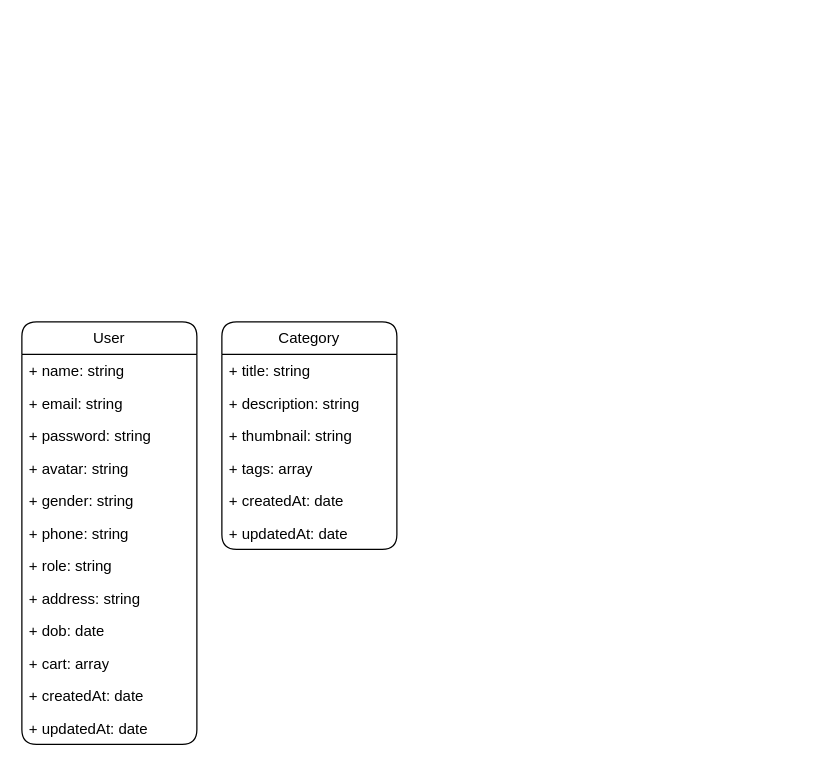
Earlier version of the draw.io diagram assets/ER Diagram.drawio (tiffan-source/ciseco-ecommerce-clone). Source tidied: cells renumbered, new cells numbered last; positions are measured from the earlier drawing's top-left corner, leaving out a move shared by most shapes. Both pictures are drawn from the tidied source at 125%, with x=0, y=0 at pixel (21, 321).
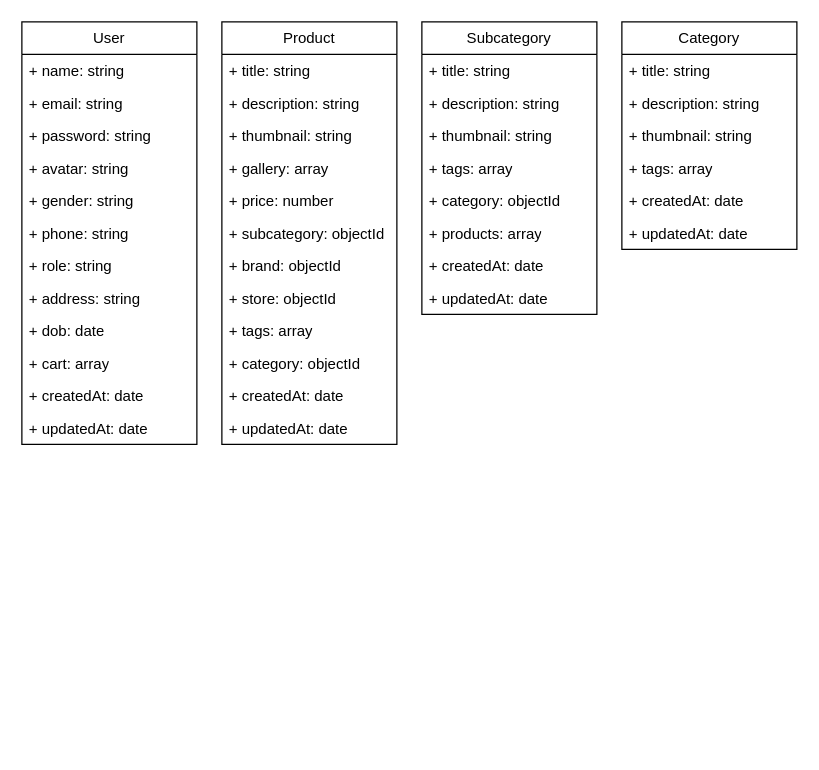
The same page after the edit.

Commit message:
update new slot to er diagram

The edit, as a diff of the source:
```diff
@@
-    <mxCell id="2" value="User" style="swimlane;fontStyle=0;horizontal=1;startSize=26;fillColor=none;whiteSpace=wrap;html=1;rounded=1;" parent="1" vertex="1">
-      <mxGeometry width="140" height="338" as="geometry" />
+    <mxCell id="2" value="User" style="swimlane;fontStyle=0;horizontal=1;startSize=26;fillColor=none;whiteSpace=wrap;html=1;rounded=0;" parent="1" vertex="1">
+      <mxGeometry y="-240" width="140" height="338" as="geometry" />
     </mxCell>
-    <mxCell id="3" value="+ name: string" style="text;strokeColor=none;fillColor=none;align=left;verticalAlign=top;spacingLeft=4;spacingRight=4;overflow=hidden;whiteSpace=wrap;html=1;rounded=1;" parent="2" vertex="1">
+    <mxCell id="3" value="+ name: string" style="text;strokeColor=none;fillColor=none;align=left;verticalAlign=top;spacingLeft=4;spacingRight=4;overflow=hidden;whiteSpace=wrap;html=1;rounded=0;" parent="2" vertex="1">
       <mxGeometry y="26" width="140" height="26" as="geometry" />
     </mxCell>
-    <mxCell id="4" value="+ email: string" style="text;strokeColor=none;fillColor=none;align=left;verticalAlign=top;spacingLeft=4;spacingRight=4;overflow=hidden;whiteSpace=wrap;html=1;rounded=1;" parent="2" vertex="1">
+    <mxCell id="4" value="+ email: string" style="text;strokeColor=none;fillColor=none;align=left;verticalAlign=top;spacingLeft=4;spacingRight=4;overflow=hidden;whiteSpace=wrap;html=1;rounded=0;" parent="2" vertex="1">
       <mxGeometry y="52" width="140" height="26" as="geometry" />
     </mxCell>
-    <mxCell id="5" value="+ password: string" style="text;strokeColor=none;fillColor=none;align=left;verticalAlign=top;spacingLeft=4;spacingRight=4;overflow=hidden;whiteSpace=wrap;html=1;rounded=1;" parent="2" vertex="1">
+    <mxCell id="5" value="+ password: string" style="text;strokeColor=none;fillColor=none;align=left;verticalAlign=top;spacingLeft=4;spacingRight=4;overflow=hidden;whiteSpace=wrap;html=1;rounded=0;" parent="2" vertex="1">
       <mxGeometry y="78" width="140" height="26" as="geometry" />
     </mxCell>
-    <mxCell id="6" value="+ avatar: string" style="text;strokeColor=none;fillColor=none;align=left;verticalAlign=top;spacingLeft=4;spacingRight=4;overflow=hidden;whiteSpace=wrap;html=1;rounded=1;" parent="2" vertex="1">
+    <mxCell id="6" value="+ avatar: string" style="text;strokeColor=none;fillColor=none;align=left;verticalAlign=top;spacingLeft=4;spacingRight=4;overflow=hidden;whiteSpace=wrap;html=1;rounded=0;" parent="2" vertex="1">
       <mxGeometry y="104" width="140" height="26" as="geometry" />
     </mxCell>
-    <mxCell id="7" value="+ gender: string" style="text;strokeColor=none;fillColor=none;align=left;verticalAlign=top;spacingLeft=4;spacingRight=4;overflow=hidden;whiteSpace=wrap;html=1;rounded=1;" parent="2" vertex="1">
+    <mxCell id="7" value="+ gender: string" style="text;strokeColor=none;fillColor=none;align=left;verticalAlign=top;spacingLeft=4;spacingRight=4;overflow=hidden;whiteSpace=wrap;html=1;rounded=0;" parent="2" vertex="1">
       <mxGeometry y="130" width="140" height="26" as="geometry" />
     </mxCell>
-    <mxCell id="8" value="+ phone: string" style="text;strokeColor=none;fillColor=none;align=left;verticalAlign=top;spacingLeft=4;spacingRight=4;overflow=hidden;whiteSpace=wrap;html=1;rounded=1;" parent="2" vertex="1">
+    <mxCell id="8" value="+ phone: string" style="text;strokeColor=none;fillColor=none;align=left;verticalAlign=top;spacingLeft=4;spacingRight=4;overflow=hidden;whiteSpace=wrap;html=1;rounded=0;" parent="2" vertex="1">
       <mxGeometry y="156" width="140" height="26" as="geometry" />
     </mxCell>
-    <mxCell id="9" value="+ role: string" style="text;strokeColor=none;fillColor=none;align=left;verticalAlign=top;spacingLeft=4;spacingRight=4;overflow=hidden;whiteSpace=wrap;html=1;rounded=1;" parent="2" vertex="1">
+    <mxCell id="9" value="+ role: string" style="text;strokeColor=none;fillColor=none;align=left;verticalAlign=top;spacingLeft=4;spacingRight=4;overflow=hidden;whiteSpace=wrap;html=1;rounded=0;" parent="2" vertex="1">
       <mxGeometry y="182" width="140" height="26" as="geometry" />
     </mxCell>
-    <mxCell id="10" value="+ address: string" style="text;strokeColor=none;fillColor=none;align=left;verticalAlign=top;spacingLeft=4;spacingRight=4;overflow=hidden;whiteSpace=wrap;html=1;rounded=1;" parent="2" vertex="1">
+    <mxCell id="10" value="+ address: string" style="text;strokeColor=none;fillColor=none;align=left;verticalAlign=top;spacingLeft=4;spacingRight=4;overflow=hidden;whiteSpace=wrap;html=1;rounded=0;" parent="2" vertex="1">
       <mxGeometry y="208" width="140" height="26" as="geometry" />
     </mxCell>
-    <mxCell id="11" value="+ dob: date" style="text;strokeColor=none;fillColor=none;align=left;verticalAlign=top;spacingLeft=4;spacingRight=4;overflow=hidden;whiteSpace=wrap;html=1;rounded=1;" parent="2" vertex="1">
+    <mxCell id="11" value="+ dob: date" style="text;strokeColor=none;fillColor=none;align=left;verticalAlign=top;spacingLeft=4;spacingRight=4;overflow=hidden;whiteSpace=wrap;html=1;rounded=0;" parent="2" vertex="1">
       <mxGeometry y="234" width="140" height="26" as="geometry" />
     </mxCell>
-    <mxCell id="12" value="+ cart: array" style="text;strokeColor=none;fillColor=none;align=left;verticalAlign=top;spacingLeft=4;spacingRight=4;overflow=hidden;whiteSpace=wrap;html=1;rounded=1;" parent="2" vertex="1">
+    <mxCell id="12" value="+ cart: array" style="text;strokeColor=none;fillColor=none;align=left;verticalAlign=top;spacingLeft=4;spacingRight=4;overflow=hidden;whiteSpace=wrap;html=1;rounded=0;" parent="2" vertex="1">
       <mxGeometry y="260" width="140" height="26" as="geometry" />
     </mxCell>
-    <mxCell id="13" value="+ createdAt: date" style="text;strokeColor=none;fillColor=none;align=left;verticalAlign=top;spacingLeft=4;spacingRight=4;overflow=hidden;whiteSpace=wrap;html=1;rounded=1;" parent="2" vertex="1">
+    <mxCell id="13" value="+ createdAt: date" style="text;strokeColor=none;fillColor=none;align=left;verticalAlign=top;spacingLeft=4;spacingRight=4;overflow=hidden;whiteSpace=wrap;html=1;rounded=0;" parent="2" vertex="1">
       <mxGeometry y="286" width="140" height="26" as="geometry" />
     </mxCell>
-    <mxCell id="14" value="+ updatedAt: date" style="text;strokeColor=none;fillColor=none;align=left;verticalAlign=top;spacingLeft=4;spacingRight=4;overflow=hidden;whiteSpace=wrap;html=1;rounded=1;" parent="2" vertex="1">
+    <mxCell id="14" value="+ updatedAt: date" style="text;strokeColor=none;fillColor=none;align=left;verticalAlign=top;spacingLeft=4;spacingRight=4;overflow=hidden;whiteSpace=wrap;html=1;rounded=0;" parent="2" vertex="1">
       <mxGeometry y="312" width="140" height="26" as="geometry" />
     </mxCell>
-    <mxCell id="15" value="Category" style="swimlane;fontStyle=0;horizontal=1;startSize=26;fillColor=none;whiteSpace=wrap;html=1;rounded=1;" parent="1" vertex="1">
-      <mxGeometry x="160" width="140" height="182" as="geometry" />
+    <mxCell id="15" value="Category" style="swimlane;fontStyle=0;horizontal=1;startSize=26;fillColor=none;whiteSpace=wrap;html=1;rounded=0;" parent="1" vertex="1">
+      <mxGeometry x="480" y="-240" width="140" height="182" as="geometry" />
     </mxCell>
-    <mxCell id="16" value="+ title: string" style="text;strokeColor=none;fillColor=none;align=left;verticalAlign=top;spacingLeft=4;spacingRight=4;overflow=hidden;whiteSpace=wrap;html=1;rounded=1;" parent="15" vertex="1">
+    <mxCell id="16" value="+ title: string" style="text;strokeColor=none;fillColor=none;align=left;verticalAlign=top;spacingLeft=4;spacingRight=4;overflow=hidden;whiteSpace=wrap;html=1;rounded=0;" parent="15" vertex="1">
       <mxGeometry y="26" width="140" height="26" as="geometry" />
     </mxCell>
-    <mxCell id="17" value="+ description: string" style="text;strokeColor=none;fillColor=none;align=left;verticalAlign=top;spacingLeft=4;spacingRight=4;overflow=hidden;whiteSpace=wrap;html=1;rounded=1;" parent="15" vertex="1">
+    <mxCell id="17" value="+ description: string" style="text;strokeColor=none;fillColor=none;align=left;verticalAlign=top;spacingLeft=4;spacingRight=4;overflow=hidden;whiteSpace=wrap;html=1;rounded=0;" parent="15" vertex="1">
       <mxGeometry y="52" width="140" height="26" as="geometry" />
     </mxCell>
-    <mxCell id="18" value="+ thumbnail: string" style="text;strokeColor=none;fillColor=none;align=left;verticalAlign=top;spacingLeft=4;spacingRight=4;overflow=hidden;whiteSpace=wrap;html=1;rounded=1;" parent="15" vertex="1">
+    <mxCell id="18" value="+ thumbnail: string" style="text;strokeColor=none;fillColor=none;align=left;verticalAlign=top;spacingLeft=4;spacingRight=4;overflow=hidden;whiteSpace=wrap;html=1;rounded=0;" parent="15" vertex="1">
       <mxGeometry y="78" width="140" height="26" as="geometry" />
     </mxCell>
-    <mxCell id="19" value="+ tags: array" style="text;strokeColor=none;fillColor=none;align=left;verticalAlign=top;spacingLeft=4;spacingRight=4;overflow=hidden;whiteSpace=wrap;html=1;rounded=1;" parent="15" vertex="1">
+    <mxCell id="19" value="+ tags: array" style="text;strokeColor=none;fillColor=none;align=left;verticalAlign=top;spacingLeft=4;spacingRight=4;overflow=hidden;whiteSpace=wrap;html=1;rounded=0;" parent="15" vertex="1">
       <mxGeometry y="104" width="140" height="26" as="geometry" />
     </mxCell>
-    <mxCell id="20" value="+ createdAt: date" style="text;strokeColor=none;fillColor=none;align=left;verticalAlign=top;spacingLeft=4;spacingRight=4;overflow=hidden;whiteSpace=wrap;html=1;rounded=1;" parent="15" vertex="1">
+    <mxCell id="20" value="+ createdAt: date" style="text;strokeColor=none;fillColor=none;align=left;verticalAlign=top;spacingLeft=4;spacingRight=4;overflow=hidden;whiteSpace=wrap;html=1;rounded=0;" parent="15" vertex="1">
       <mxGeometry y="130" width="140" height="26" as="geometry" />
     </mxCell>
-    <mxCell id="21" value="+ updatedAt: date" style="text;strokeColor=none;fillColor=none;align=left;verticalAlign=top;spacingLeft=4;spacingRight=4;overflow=hidden;whiteSpace=wrap;html=1;rounded=1;" parent="15" vertex="1">
+    <mxCell id="21" value="+ updatedAt: date" style="text;strokeColor=none;fillColor=none;align=left;verticalAlign=top;spacingLeft=4;spacingRight=4;overflow=hidden;whiteSpace=wrap;html=1;rounded=0;" parent="15" vertex="1">
       <mxGeometry y="156" width="140" height="26" as="geometry" />
     </mxCell>
+    <mxCell id="22" value="Subcategory" style="swimlane;fontStyle=0;horizontal=1;startSize=26;fillColor=none;whiteSpace=wrap;html=1;rounded=0;" parent="1" vertex="1">
+      <mxGeometry x="320" y="-240" width="140" height="234" as="geometry" />
+    </mxCell>
+    <mxCell id="23" value="+ title: string" style="text;strokeColor=none;fillColor=none;align=left;verticalAlign=top;spacingLeft=4;spacingRight=4;overflow=hidden;whiteSpace=wrap;html=1;rounded=0;" parent="22" vertex="1">
+      <mxGeometry y="26" width="140" height="26" as="geometry" />
+    </mxCell>
+    <mxCell id="24" value="+ description: string" style="text;strokeColor=none;fillColor=none;align=left;verticalAlign=top;spacingLeft=4;spacingRight=4;overflow=hidden;whiteSpace=wrap;html=1;rounded=0;" parent="22" vertex="1">
+      <mxGeometry y="52" width="140" height="26" as="geometry" />
+    </mxCell>
+    <mxCell id="25" value="+ thumbnail: string" style="text;strokeColor=none;fillColor=none;align=left;verticalAlign=top;spacingLeft=4;spacingRight=4;overflow=hidden;whiteSpace=wrap;html=1;rounded=0;" parent="22" vertex="1">
+      <mxGeometry y="78" width="140" height="26" as="geometry" />
+    </mxCell>
+    <mxCell id="26" value="+ tags: array" style="text;strokeColor=none;fillColor=none;align=left;verticalAlign=top;spacingLeft=4;spacingRight=4;overflow=hidden;whiteSpace=wrap;html=1;rounded=0;" parent="22" vertex="1">
+      <mxGeometry y="104" width="140" height="26" as="geometry" />
+    </mxCell>
+    <mxCell id="27" value="+ category: objectId" style="text;strokeColor=none;fillColor=none;align=left;verticalAlign=top;spacingLeft=4;spacingRight=4;overflow=hidden;whiteSpace=wrap;html=1;rounded=0;" parent="22" vertex="1">
+      <mxGeometry y="130" width="140" height="26" as="geometry" />
+    </mxCell>
+    <mxCell id="28" value="+ products: array" style="text;strokeColor=none;fillColor=none;align=left;verticalAlign=top;spacingLeft=4;spacingRight=4;overflow=hidden;whiteSpace=wrap;html=1;rounded=0;" parent="22" vertex="1">
+      <mxGeometry y="156" width="140" height="26" as="geometry" />
+    </mxCell>
+    <mxCell id="29" value="+ createdAt: date" style="text;strokeColor=none;fillColor=none;align=left;verticalAlign=top;spacingLeft=4;spacingRight=4;overflow=hidden;whiteSpace=wrap;html=1;rounded=0;" parent="22" vertex="1">
+      <mxGeometry y="182" width="140" height="26" as="geometry" />
+    </mxCell>
+    <mxCell id="30" value="+ updatedAt: date" style="text;strokeColor=none;fillColor=none;align=left;verticalAlign=top;spacingLeft=4;spacingRight=4;overflow=hidden;whiteSpace=wrap;html=1;rounded=0;" parent="22" vertex="1">
+      <mxGeometry y="208" width="140" height="26" as="geometry" />
+    </mxCell>
+    <mxCell id="31" value="Product" style="swimlane;fontStyle=0;horizontal=1;startSize=26;fillColor=none;whiteSpace=wrap;html=1;rounded=0;arcSize=26;" parent="1" vertex="1">
+      <mxGeometry x="160" y="-240" width="140" height="338" as="geometry" />
+    </mxCell>
+    <mxCell id="32" value="+ title: string" style="text;strokeColor=none;fillColor=none;align=left;verticalAlign=top;spacingLeft=4;spacingRight=4;overflow=hidden;whiteSpace=wrap;html=1;rounded=0;" parent="31" vertex="1">
+      <mxGeometry y="26" width="140" height="26" as="geometry" />
+    </mxCell>
+    <mxCell id="33" value="+ description: string" style="text;strokeColor=none;fillColor=none;align=left;verticalAlign=top;spacingLeft=4;spacingRight=4;overflow=hidden;whiteSpace=wrap;html=1;rounded=0;" parent="31" vertex="1">
+      <mxGeometry y="52" width="140" height="26" as="geometry" />
+    </mxCell>
+    <mxCell id="34" value="+ thumbnail: string" style="text;strokeColor=none;fillColor=none;align=left;verticalAlign=top;spacingLeft=4;spacingRight=4;overflow=hidden;whiteSpace=wrap;html=1;rounded=0;" parent="31" vertex="1">
+      <mxGeometry y="78" width="140" height="26" as="geometry" />
+    </mxCell>
+    <mxCell id="35" value="+ gallery: array" style="text;strokeColor=none;fillColor=none;align=left;verticalAlign=top;spacingLeft=4;spacingRight=4;overflow=hidden;whiteSpace=wrap;html=1;rounded=0;" parent="31" vertex="1">
+      <mxGeometry y="104" width="140" height="26" as="geometry" />
+    </mxCell>
+    <mxCell id="36" value="+ price: number" style="text;strokeColor=none;fillColor=none;align=left;verticalAlign=top;spacingLeft=4;spacingRight=4;overflow=hidden;whiteSpace=wrap;html=1;rounded=0;" parent="31" vertex="1">
+      <mxGeometry y="130" width="140" height="26" as="geometry" />
+    </mxCell>
+    <mxCell id="37" value="+ subcategory: objectId" style="text;strokeColor=none;fillColor=none;align=left;verticalAlign=top;spacingLeft=4;spacingRight=4;overflow=hidden;whiteSpace=wrap;html=1;rounded=0;" parent="31" vertex="1">
+      <mxGeometry y="156" width="140" height="26" as="geometry" />
+    </mxCell>
+    <mxCell id="38" value="+ brand: objectId" style="text;strokeColor=none;fillColor=none;align=left;verticalAlign=top;spacingLeft=4;spacingRight=4;overflow=hidden;whiteSpace=wrap;html=1;rounded=0;" parent="31" vertex="1">
+      <mxGeometry y="182" width="140" height="26" as="geometry" />
+    </mxCell>
+    <mxCell id="39" value="+ store: objectId" style="text;strokeColor=none;fillColor=none;align=left;verticalAlign=top;spacingLeft=4;spacingRight=4;overflow=hidden;whiteSpace=wrap;html=1;rounded=0;" parent="31" vertex="1">
+      <mxGeometry y="208" width="140" height="26" as="geometry" />
+    </mxCell>
+    <mxCell id="40" value="+ tags: array" style="text;strokeColor=none;fillColor=none;align=left;verticalAlign=top;spacingLeft=4;spacingRight=4;overflow=hidden;whiteSpace=wrap;html=1;rounded=0;" parent="31" vertex="1">
+      <mxGeometry y="234" width="140" height="26" as="geometry" />
+    </mxCell>
+    <mxCell id="41" value="+ category: objectId" style="text;strokeColor=none;fillColor=none;align=left;verticalAlign=top;spacingLeft=4;spacingRight=4;overflow=hidden;whiteSpace=wrap;html=1;rounded=0;" parent="31" vertex="1">
+      <mxGeometry y="260" width="140" height="26" as="geometry" />
+    </mxCell>
+    <mxCell id="42" value="+ createdAt: date" style="text;strokeColor=none;fillColor=none;align=left;verticalAlign=top;spacingLeft=4;spacingRight=4;overflow=hidden;whiteSpace=wrap;html=1;rounded=0;" parent="31" vertex="1">
+      <mxGeometry y="286" width="140" height="26" as="geometry" />
+    </mxCell>
+    <mxCell id="43" value="+ updatedAt: date" style="text;strokeColor=none;fillColor=none;align=left;verticalAlign=top;spacingLeft=4;spacingRight=4;overflow=hidden;whiteSpace=wrap;html=1;rounded=0;" parent="31" vertex="1">
+      <mxGeometry y="312" width="140" height="26" as="geometry" />
+    </mxCell>
```
